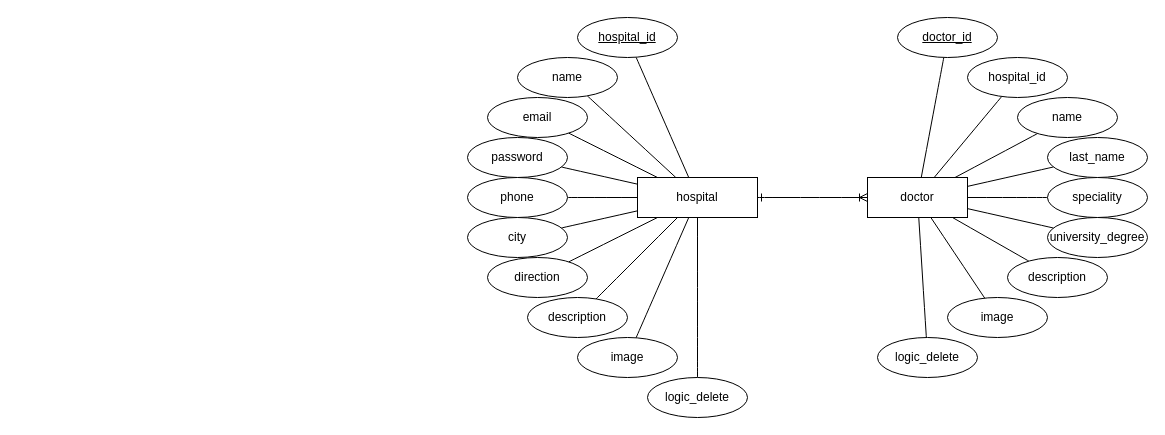
Earlier version of the draw.io diagram hospitales.drawio (pepinedo/Proyecto-mitad-de-bootcamp-Socratech). Source tidied: cells renumbered, new cells numbered last; positions are measured from the earlier drawing's top-left corner, leaving out a move shared by most shapes. Both pictures are drawn from the tidied source at 100%, with x=0, y=0 at pixel (467, 17).
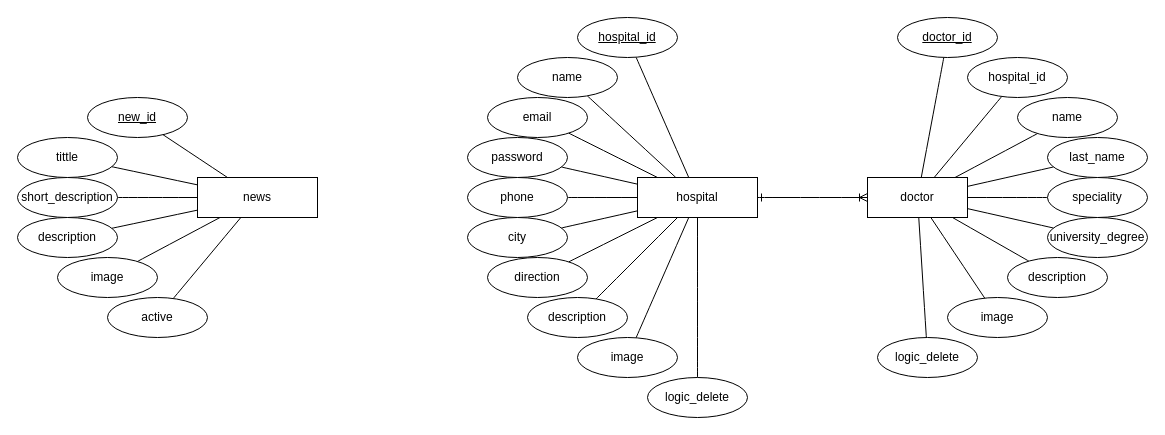
The same diagram, later.

The edit, as a diff of the source:
```diff
@@
+    <mxCell id="43" value="news" style="whiteSpace=wrap;html=1;align=center;" parent="1" vertex="1">
+      <mxGeometry x="-270" y="160" width="120" height="40" as="geometry" />
+    </mxCell>
+    <mxCell id="44" style="edgeStyle=none;shape=connector;curved=1;rounded=0;jettySize=auto;html=1;strokeColor=default;align=center;verticalAlign=middle;fontFamily=Helvetica;fontSize=12;fontColor=default;labelBackgroundColor=default;startFill=0;startSize=8;endArrow=none;endSize=8;" parent="1" edge="1" source="45" target="43">
+      <mxGeometry relative="1" as="geometry" />
+    </mxCell>
+    <mxCell id="45" value="new_id" style="ellipse;whiteSpace=wrap;html=1;align=center;fontStyle=4;" parent="1" vertex="1">
+      <mxGeometry x="-380" y="80" width="100" height="40" as="geometry" />
+    </mxCell>
+    <mxCell id="46" style="edgeStyle=none;shape=connector;curved=1;rounded=0;jettySize=auto;html=1;strokeColor=default;align=center;verticalAlign=middle;fontFamily=Helvetica;fontSize=12;fontColor=default;labelBackgroundColor=default;startFill=0;startSize=8;endArrow=none;endSize=8;" parent="1" edge="1" source="47" target="43">
+      <mxGeometry relative="1" as="geometry" />
+    </mxCell>
+    <mxCell id="47" value="description" style="ellipse;whiteSpace=wrap;html=1;align=center;" parent="1" vertex="1">
+      <mxGeometry x="-450" y="200" width="100" height="40" as="geometry" />
+    </mxCell>
+    <mxCell id="48" style="edgeStyle=none;shape=connector;curved=1;rounded=0;jettySize=auto;html=1;strokeColor=default;align=center;verticalAlign=middle;fontFamily=Helvetica;fontSize=12;fontColor=default;labelBackgroundColor=default;startFill=0;startSize=8;endArrow=none;endSize=8;" parent="1" edge="1" source="49" target="43">
+      <mxGeometry relative="1" as="geometry" />
+    </mxCell>
+    <mxCell id="49" value="short_description" style="ellipse;whiteSpace=wrap;html=1;align=center;" parent="1" vertex="1">
+      <mxGeometry x="-450" y="160" width="100" height="40" as="geometry" />
+    </mxCell>
+    <mxCell id="50" style="edgeStyle=none;shape=connector;curved=1;rounded=0;jettySize=auto;html=1;strokeColor=default;align=center;verticalAlign=middle;fontFamily=Helvetica;fontSize=12;fontColor=default;labelBackgroundColor=default;startFill=0;startSize=8;endArrow=none;endSize=8;" parent="1" edge="1" source="51" target="43">
+      <mxGeometry relative="1" as="geometry" />
+    </mxCell>
+    <mxCell id="51" value="tittle" style="ellipse;whiteSpace=wrap;html=1;align=center;" parent="1" vertex="1">
+      <mxGeometry x="-450" y="120" width="100" height="40" as="geometry" />
+    </mxCell>
+    <mxCell id="52" style="edgeStyle=none;shape=connector;curved=1;rounded=0;jettySize=auto;html=1;strokeColor=default;align=center;verticalAlign=middle;fontFamily=Helvetica;fontSize=12;fontColor=default;labelBackgroundColor=default;startFill=0;startSize=8;endArrow=none;endSize=8;" parent="1" edge="1" source="53" target="43">
+      <mxGeometry relative="1" as="geometry" />
+    </mxCell>
+    <mxCell id="53" value="image" style="ellipse;whiteSpace=wrap;html=1;align=center;" parent="1" vertex="1">
+      <mxGeometry x="-410" y="240" width="100" height="40" as="geometry" />
+    </mxCell>
+    <mxCell id="54" style="edgeStyle=none;shape=connector;curved=1;rounded=0;jettySize=auto;html=1;strokeColor=default;align=center;verticalAlign=middle;fontFamily=Helvetica;fontSize=12;fontColor=default;labelBackgroundColor=default;startFill=0;startSize=8;endArrow=none;endSize=8;" parent="1" edge="1" source="55" target="43">
+      <mxGeometry relative="1" as="geometry" />
+    </mxCell>
+    <mxCell id="55" value="active" style="ellipse;whiteSpace=wrap;html=1;align=center;" parent="1" vertex="1">
+      <mxGeometry x="-360" y="280" width="100" height="40" as="geometry" />
+    </mxCell>
```
